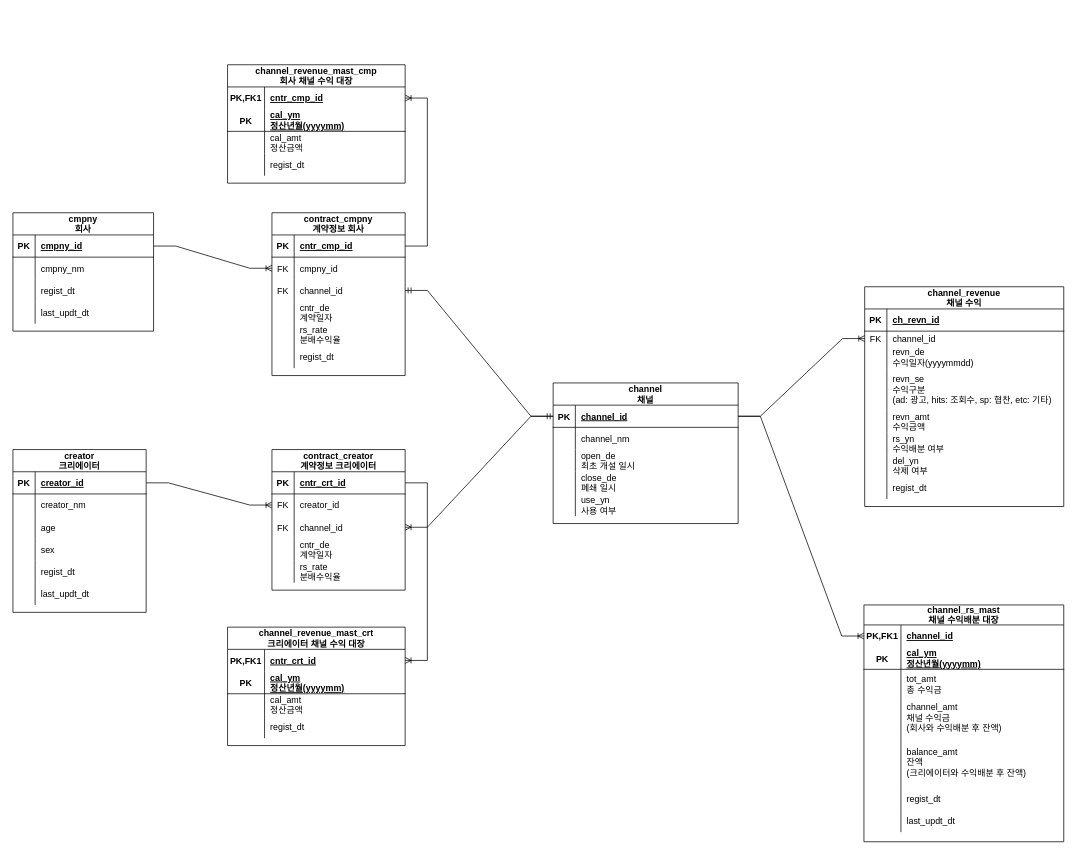
The draw.io diagram RevenueShare.drawio in minkyu1128/DomainDesign, before the edit. Source tidied: cells renumbered, new cells numbered last; positions are measured from the earlier drawing's top-left corner, leaving out a move shared by most shapes. Both pictures are drawn from the tidied source at 74%, with x=0, y=0 at pixel (13, 64).
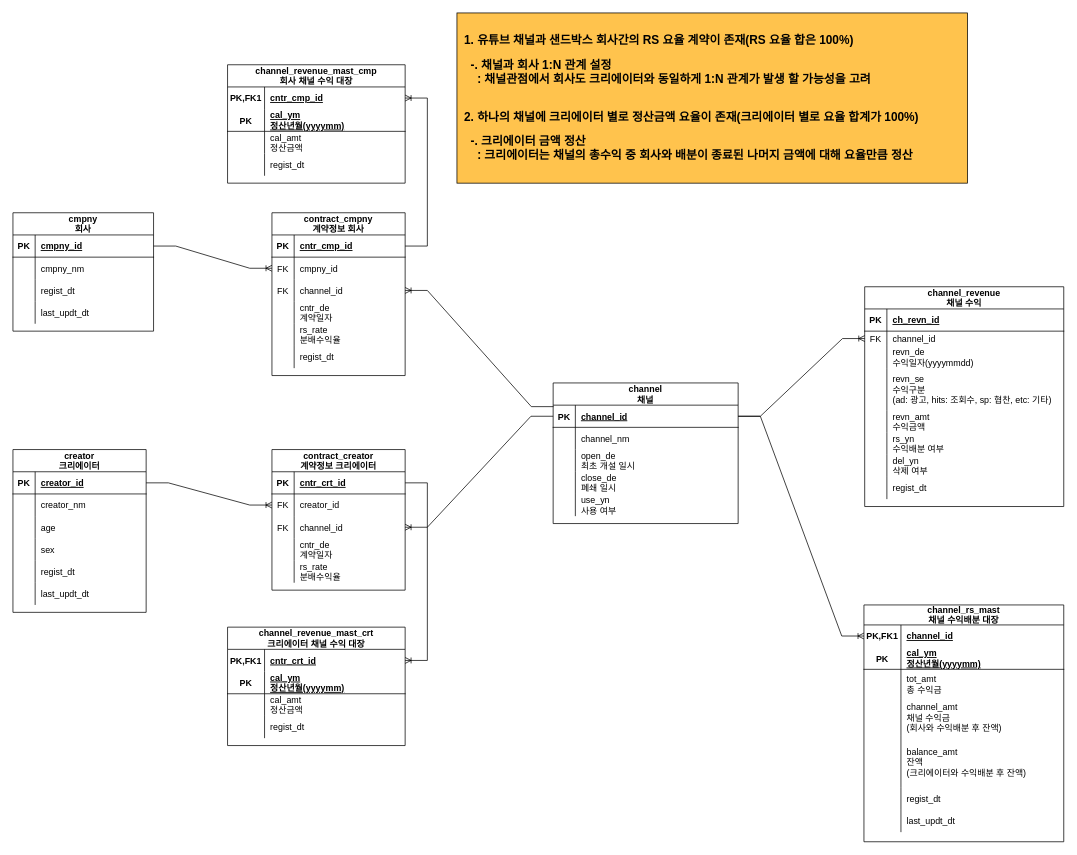
The same page after the edit.

The change refers to these unchanged cells:
```xml
<mxCell id="16" style="shape=partialRectangle;fillColor=none;points=[[0,0.5],[1,0.5]];portConstraint=eastwest;top=0;left=0;right=0;bottom=1;" parent="15" vertex="1">
  <mxGeometry y="30" width="250" height="30" as="geometry" />
</mxCell>
<mxCell id="57" style="shape=tableRow;horizontal=0;startSize=0;swimlaneHead=0;swimlaneBody=0;fillColor=none;points=[[0,0.5],[1,0.5]];portConstraint=eastwest;top=0;left=0;right=0;bottom=0;" parent="50" vertex="1">
  <mxGeometry y="90" width="180" height="30" as="geometry" />
</mxCell>
```

What changed in the source:
```diff
@@
-    <mxCell id="70" style="edgeStyle=entityRelationEdgeStyle;fontSize=12;html=1;endArrow=ERmandOne;startArrow=ERmandOne;rounded=0;entryX=0;entryY=0.5;entryDx=0;entryDy=0;" parent="1" edge="1" source="57" target="16">
-      <mxGeometry relative="1" as="geometry" />
-    </mxCell>
@@
+    <mxCell id="166" value="&lt;p style=&quot;line-height: 1.2; font-size: 16px;&quot;&gt;&lt;/p&gt;&lt;h2 style=&quot;font-size: 16px;&quot;&gt;&lt;span style=&quot;font-size: 16px;&quot;&gt;&lt;font style=&quot;font-size: 16px;&quot;&gt;1. 유튜브 채널과 샌드박스 회사간의 RS 요율 계약이 존재(RS 요율 합은 100%)&lt;/font&gt;&lt;/span&gt;&lt;/h2&gt;&lt;div&gt;&lt;div&gt;&lt;b&gt;&amp;nbsp; -. 채널과 회사 1:N 관계 설정&lt;/b&gt;&lt;/div&gt;&lt;div&gt;&lt;b&gt;&amp;nbsp; &amp;nbsp; : 채널관점에서 회사도 크리에이터와 동일하게 1:N 관계가 발생 할 가능성을 고려&lt;/b&gt;&lt;/div&gt;&lt;/div&gt;&lt;h2 style=&quot;font-size: 16px;&quot;&gt;&lt;font style=&quot;font-size: 16px;&quot;&gt;&lt;span style=&quot;font-size: 16px;&quot;&gt;&lt;br style=&quot;font-size: 16px;&quot;&gt;&lt;/span&gt;&lt;span style=&quot;font-size: 16px;&quot;&gt;2. 하나의 채널에 크리에이터 별로 정산금액 요율이 존재(크리에이터 별로 요율 합계가 100%)&lt;/span&gt;&lt;/font&gt;&lt;/h2&gt;&lt;div style=&quot;font-size: 16px;&quot;&gt;&lt;span style=&quot;font-size: 16px;&quot;&gt;&lt;b style=&quot;font-size: 16px;&quot;&gt;&lt;font style=&quot;font-size: 16px;&quot;&gt;&amp;nbsp; -. 크리에이터 금액 정산&lt;/font&gt;&lt;/b&gt;&lt;/span&gt;&lt;/div&gt;&lt;div style=&quot;font-size: 16px;&quot;&gt;&lt;span style=&quot;font-size: 16px;&quot;&gt;&lt;b style=&quot;font-size: 16px;&quot;&gt;&lt;font style=&quot;font-size: 16px;&quot;&gt;&amp;nbsp; &amp;nbsp; : 크리에이터는 채널의 총수익 중 회사와 배분이 종료된 나머지 금액에 대해 요율만큼 정산&lt;/font&gt;&lt;/b&gt;&lt;/span&gt;&lt;/div&gt;&lt;p style=&quot;font-size: 16px;&quot;&gt;&lt;/p&gt;" style="text;html=1;align=left;verticalAlign=middle;spacing=10;fontSize=16;fillColor=#FFC34D;strokeColor=default;gradientColor=none;" parent="1" vertex="1">
+      <mxGeometry x="600" y="-70" width="690" height="230" as="geometry" />
+    </mxCell>
+    <mxCell id="167" style="edgeStyle=entityRelationEdgeStyle;fontSize=12;html=1;endArrow=ERoneToMany;rounded=0;exitX=0.002;exitY=0.067;exitDx=0;exitDy=0;entryX=1;entryY=0.5;entryDx=0;entryDy=0;exitPerimeter=0;" parent="1" edge="1" source="16" target="57">
+      <mxGeometry relative="1" as="geometry" />
+    </mxCell>
```
